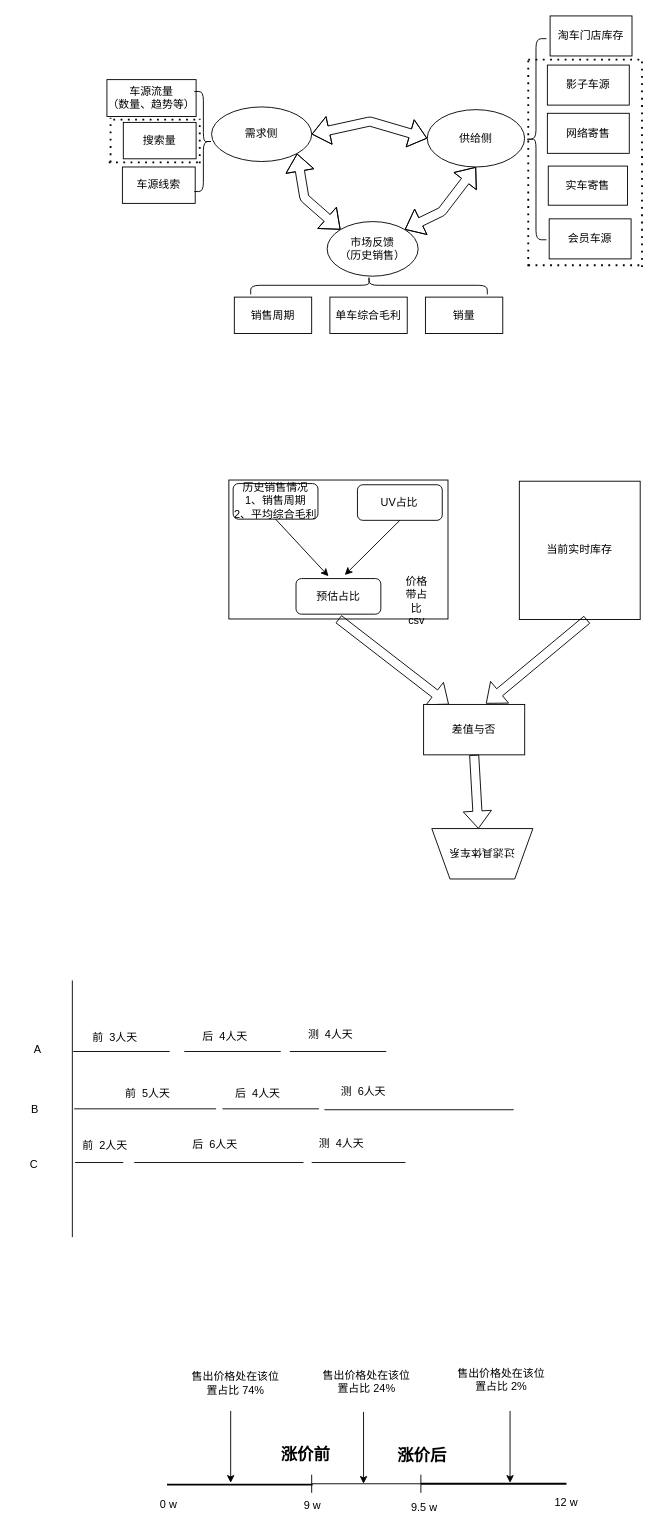
The draw.io diagram Untitled Diagram.drawio in mrlonely001/gittest, before the edit. Source tidied: cells renumbered, new cells numbered last; positions are measured from the earlier drawing's top-left corner, leaving out a move shared by most shapes. Both pictures are drawn from the tidied source at 91%, with x=0, y=0 at pixel (15, 15).
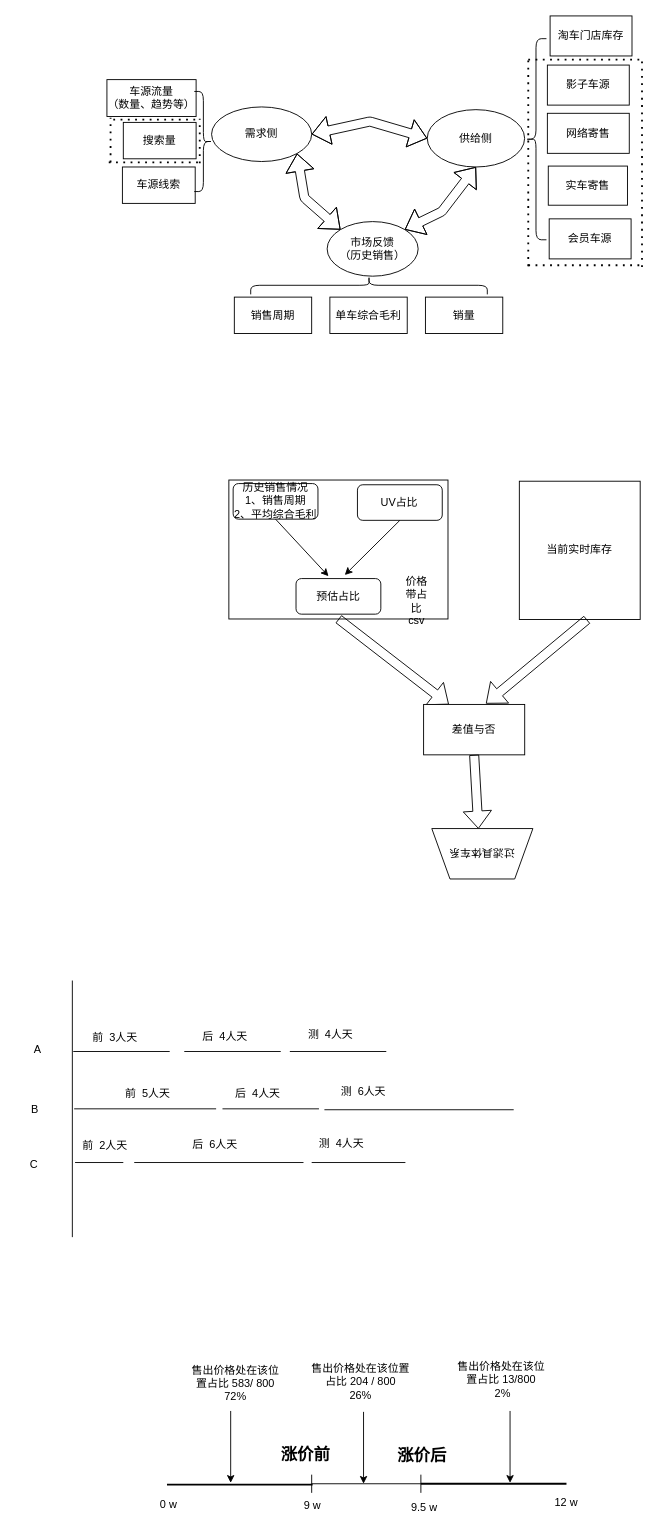
The same page after the edit.

Change to the diagram source:
```diff
@@
-    <mxCell id="79" value="售出价格处在该位置占比 74%" style="text;html=1;align=center;verticalAlign=middle;whiteSpace=wrap;rounded=0;" parent="1" vertex="1">
+    <mxCell id="79" value="售出价格处在该位置占比 583/ 800 72%" style="text;html=1;align=center;verticalAlign=middle;whiteSpace=wrap;rounded=0;" parent="1" vertex="1">
       <mxGeometry x="192" y="1486" width="99" height="34" as="geometry" />
     </mxCell>
-    <mxCell id="80" value="售出价格处在该位置占比 24%" style="text;html=1;align=center;verticalAlign=middle;whiteSpace=wrap;rounded=0;" parent="1" vertex="1">
-      <mxGeometry x="336" y="1484" width="99" height="34" as="geometry" />
+    <mxCell id="80" value="售出价格处在该位置占比 204 / 800&lt;div&gt;26%&lt;/div&gt;" style="text;html=1;align=center;verticalAlign=middle;whiteSpace=wrap;rounded=0;" parent="1" vertex="1">
+      <mxGeometry x="323" y="1484" width="112" height="34" as="geometry" />
     </mxCell>
-    <mxCell id="81" value="售出价格处在该位置占比 2%" style="text;html=1;align=center;verticalAlign=middle;whiteSpace=wrap;rounded=0;" parent="1" vertex="1">
+    <mxCell id="81" value="售出价格处在该位置占比 13/800&lt;div&gt;&amp;nbsp;2%&lt;/div&gt;" style="text;html=1;align=center;verticalAlign=middle;whiteSpace=wrap;rounded=0;" parent="1" vertex="1">
       <mxGeometry x="484" y="1482" width="99" height="34" as="geometry" />
     </mxCell>
```
